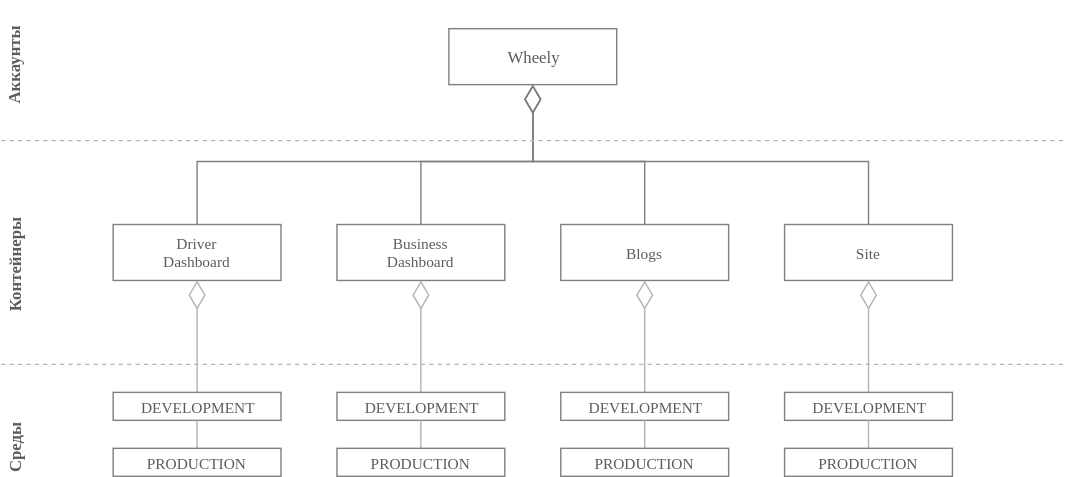
This is GTM.svg from ajile/draw-io, a draw.io export, as it was before one commit. Source tidied: cells renumbered, new cells last; positions are measured from the earlier drawing's top-left corner, leaving out a move shared by most shapes.
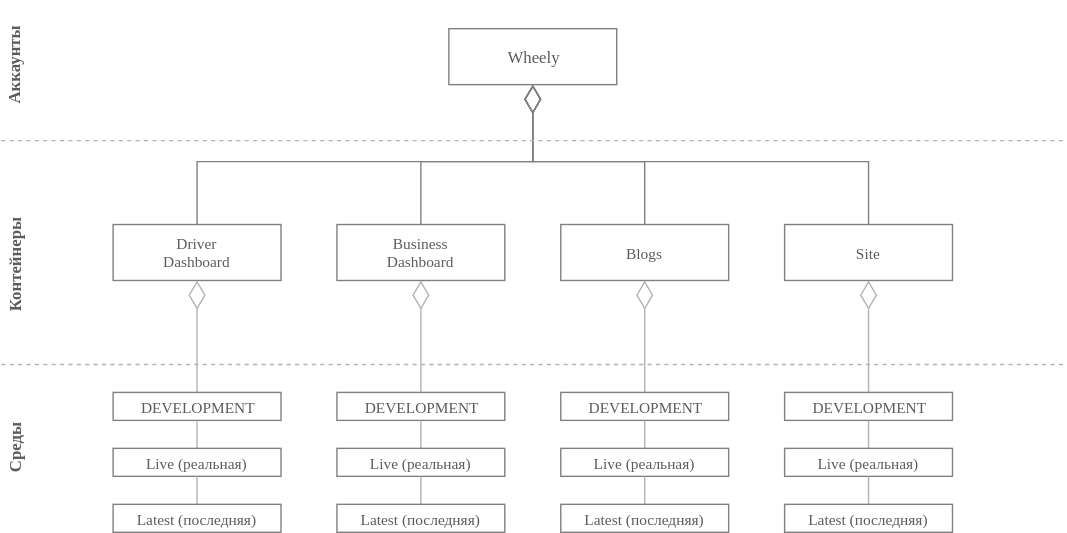
Later version of the same file.

Diff of the diagram source:
```diff
@@ -68,35 +68,59 @@
     <mxCell id="21" style="edgeStyle=orthogonalEdgeStyle;rounded=0;html=1;labelBackgroundColor=none;startArrow=none;startFill=0;startSize=18;endArrow=none;endFill=0;endSize=6;jettySize=auto;strokeColor=#B3B3B3;strokeWidth=1;fontFamily=Verdana;fontSize=11;fontColor=#5C5C5C;" parent="1" edge="1" source="22" target="20">
       <mxGeometry relative="1" as="geometry" />
     </mxCell>
-    <mxCell id="22" value="PRODUCTION&lt;br style=&quot;font-size: 11px&quot;&gt;" style="rounded=0;whiteSpace=wrap;html=1;shadow=0;strokeColor=#808080;strokeWidth=1;fillColor=#ffffff;gradientColor=none;fontFamily=Verdana;fontSize=11;fontColor=#5C5C5C;align=center;" parent="1" vertex="1">
+    <mxCell id="22" value="Live (реальная)&lt;br style=&quot;font-size: 11px&quot;&gt;" style="rounded=0;whiteSpace=wrap;html=1;shadow=0;strokeColor=#808080;strokeWidth=1;fillColor=#ffffff;gradientColor=none;fontFamily=Verdana;fontSize=11;fontColor=#5C5C5C;align=center;" parent="1" vertex="1">
       <mxGeometry x="80" y="320" width="120" height="20" as="geometry" />
     </mxCell>
     <mxCell id="23" value="DEVELOPMENT&lt;br style=&quot;font-size: 11px&quot;&gt;" style="rounded=0;whiteSpace=wrap;html=1;shadow=0;strokeColor=#808080;strokeWidth=1;fillColor=#ffffff;gradientColor=none;fontFamily=Verdana;fontSize=11;fontColor=#5C5C5C;align=center;" parent="1" vertex="1">
       <mxGeometry x="240" y="280" width="120" height="20" as="geometry" />
     </mxCell>
-    <mxCell id="24" style="edgeStyle=orthogonalEdgeStyle;rounded=0;html=1;entryX=0.5;entryY=1;labelBackgroundColor=none;startArrow=none;startFill=0;startSize=18;endArrow=none;endFill=0;endSize=6;jettySize=auto;strokeColor=#B3B3B3;strokeWidth=1;fontFamily=Verdana;fontSize=11;fontColor=#5C5C5C;" parent="1" edge="1" source="25" target="23">
-      <mxGeometry relative="1" as="geometry" />
-    </mxCell>
-    <mxCell id="25" value="PRODUCTION&lt;br style=&quot;font-size: 11px&quot;&gt;" style="rounded=0;whiteSpace=wrap;html=1;shadow=0;strokeColor=#808080;strokeWidth=1;fillColor=#ffffff;gradientColor=none;fontFamily=Verdana;fontSize=11;fontColor=#5C5C5C;align=center;" parent="1" vertex="1">
-      <mxGeometry x="240" y="320" width="120" height="20" as="geometry" />
-    </mxCell>
     <mxCell id="26" value="DEVELOPMENT&lt;br style=&quot;font-size: 11px&quot;&gt;" style="rounded=0;whiteSpace=wrap;html=1;shadow=0;strokeColor=#808080;strokeWidth=1;fillColor=#ffffff;gradientColor=none;fontFamily=Verdana;fontSize=11;fontColor=#5C5C5C;align=center;" parent="1" vertex="1">
       <mxGeometry x="400" y="280" width="120" height="20" as="geometry" />
     </mxCell>
-    <mxCell id="27" style="edgeStyle=orthogonalEdgeStyle;rounded=0;html=1;labelBackgroundColor=none;startArrow=none;startFill=0;startSize=18;endArrow=none;endFill=0;endSize=6;jettySize=auto;strokeColor=#B3B3B3;strokeWidth=1;fontFamily=Verdana;fontSize=11;fontColor=#5C5C5C;" parent="1" edge="1" source="28" target="26">
-      <mxGeometry relative="1" as="geometry" />
-    </mxCell>
-    <mxCell id="28" value="PRODUCTION&lt;br style=&quot;font-size: 11px&quot;&gt;" style="rounded=0;whiteSpace=wrap;html=1;shadow=0;strokeColor=#808080;strokeWidth=1;fillColor=#ffffff;gradientColor=none;fontFamily=Verdana;fontSize=11;fontColor=#5C5C5C;align=center;" parent="1" vertex="1">
-      <mxGeometry x="400" y="320" width="120" height="20" as="geometry" />
-    </mxCell>
     <mxCell id="29" value="DEVELOPMENT&lt;br style=&quot;font-size: 11px&quot;&gt;" style="rounded=0;whiteSpace=wrap;html=1;shadow=0;strokeColor=#808080;strokeWidth=1;fillColor=#ffffff;gradientColor=none;fontFamily=Verdana;fontSize=11;fontColor=#5C5C5C;align=center;" parent="1" vertex="1">
       <mxGeometry x="560" y="280" width="120" height="20" as="geometry" />
     </mxCell>
-    <mxCell id="30" style="edgeStyle=orthogonalEdgeStyle;rounded=0;html=1;entryX=0.5;entryY=1;labelBackgroundColor=none;startArrow=none;startFill=0;startSize=18;endArrow=none;endFill=0;endSize=6;jettySize=auto;strokeColor=#B3B3B3;strokeWidth=1;fontFamily=Verdana;fontSize=11;fontColor=#5C5C5C;" parent="1" edge="1" source="31" target="29">
-      <mxGeometry relative="1" as="geometry" />
-    </mxCell>
-    <mxCell id="31" value="PRODUCTION&lt;br style=&quot;font-size: 11px&quot;&gt;" style="rounded=0;whiteSpace=wrap;html=1;shadow=0;strokeColor=#808080;strokeWidth=1;fillColor=#ffffff;gradientColor=none;fontFamily=Verdana;fontSize=11;fontColor=#5C5C5C;align=center;" parent="1" vertex="1">
-      <mxGeometry x="560" y="320" width="120" height="20" as="geometry" />
-    </mxCell>
+    <mxCell id="32" style="edgeStyle=orthogonalEdgeStyle;rounded=0;html=1;entryX=0.5;entryY=1;labelBackgroundColor=none;startArrow=none;startFill=0;startSize=18;endArrow=none;endFill=0;endSize=6;jettySize=auto;strokeColor=#B3B3B3;strokeWidth=1;fontFamily=Verdana;fontSize=11;fontColor=#5C5C5C;" parent="1" edge="1" source="33" target="22">
+      <mxGeometry relative="1" as="geometry" />
+    </mxCell>
+    <mxCell id="33" value="Latest (последняя)&lt;br style=&quot;font-size: 11px&quot;&gt;" style="rounded=0;whiteSpace=wrap;html=1;shadow=0;strokeColor=#808080;strokeWidth=1;fillColor=#ffffff;gradientColor=none;fontFamily=Verdana;fontSize=11;fontColor=#5C5C5C;align=center;" parent="1" vertex="1">
+      <mxGeometry x="80" y="360" width="120" height="20" as="geometry" />
+    </mxCell>
+    <mxCell id="34" style="edgeStyle=orthogonalEdgeStyle;rounded=0;html=1;entryX=0.5;entryY=1;labelBackgroundColor=none;startArrow=none;startFill=0;startSize=18;endArrow=none;endFill=0;endSize=6;jettySize=auto;strokeColor=#B3B3B3;strokeWidth=1;fontFamily=Verdana;fontSize=11;fontColor=#5C5C5C;" parent="1" edge="1" source="35" target="23">
+      <mxGeometry relative="1" as="geometry" />
+    </mxCell>
+    <mxCell id="35" value="Live (реальная)&lt;br style=&quot;font-size: 11px&quot;&gt;" style="rounded=0;whiteSpace=wrap;html=1;shadow=0;strokeColor=#808080;strokeWidth=1;fillColor=#ffffff;gradientColor=none;fontFamily=Verdana;fontSize=11;fontColor=#5C5C5C;align=center;" parent="1" vertex="1">
+      <mxGeometry x="240" y="320" width="120" height="20" as="geometry" />
+    </mxCell>
+    <mxCell id="36" style="edgeStyle=orthogonalEdgeStyle;rounded=0;html=1;labelBackgroundColor=none;startArrow=none;startFill=0;startSize=18;endArrow=none;endFill=0;endSize=6;jettySize=auto;strokeColor=#B3B3B3;strokeWidth=1;fontFamily=Verdana;fontSize=11;fontColor=#5C5C5C;" parent="1" edge="1" source="37" target="35">
+      <mxGeometry relative="1" as="geometry" />
+    </mxCell>
+    <mxCell id="37" value="Latest (последняя)&lt;br style=&quot;font-size: 11px&quot;&gt;" style="rounded=0;whiteSpace=wrap;html=1;shadow=0;strokeColor=#808080;strokeWidth=1;fillColor=#ffffff;gradientColor=none;fontFamily=Verdana;fontSize=11;fontColor=#5C5C5C;align=center;" parent="1" vertex="1">
+      <mxGeometry x="240" y="360" width="120" height="20" as="geometry" />
+    </mxCell>
+    <mxCell id="38" style="edgeStyle=orthogonalEdgeStyle;rounded=0;html=1;labelBackgroundColor=none;startArrow=none;startFill=0;startSize=18;endArrow=none;endFill=0;endSize=6;jettySize=auto;strokeColor=#B3B3B3;strokeWidth=1;fontFamily=Verdana;fontSize=11;fontColor=#5C5C5C;" parent="1" edge="1" source="39" target="26">
+      <mxGeometry relative="1" as="geometry" />
+    </mxCell>
+    <mxCell id="39" value="Live (реальная)&lt;br style=&quot;font-size: 11px&quot;&gt;" style="rounded=0;whiteSpace=wrap;html=1;shadow=0;strokeColor=#808080;strokeWidth=1;fillColor=#ffffff;gradientColor=none;fontFamily=Verdana;fontSize=11;fontColor=#5C5C5C;align=center;" parent="1" vertex="1">
+      <mxGeometry x="400" y="320" width="120" height="20" as="geometry" />
+    </mxCell>
+    <mxCell id="40" style="edgeStyle=orthogonalEdgeStyle;rounded=0;html=1;labelBackgroundColor=none;startArrow=none;startFill=0;startSize=18;endArrow=none;endFill=0;endSize=6;jettySize=auto;strokeColor=#B3B3B3;strokeWidth=1;fontFamily=Verdana;fontSize=11;fontColor=#5C5C5C;" parent="1" edge="1" source="41" target="39">
+      <mxGeometry relative="1" as="geometry" />
+    </mxCell>
+    <mxCell id="41" value="Latest (последняя)&lt;br style=&quot;font-size: 11px&quot;&gt;" style="rounded=0;whiteSpace=wrap;html=1;shadow=0;strokeColor=#808080;strokeWidth=1;fillColor=#ffffff;gradientColor=none;fontFamily=Verdana;fontSize=11;fontColor=#5C5C5C;align=center;" parent="1" vertex="1">
+      <mxGeometry x="400" y="360" width="120" height="20" as="geometry" />
+    </mxCell>
+    <mxCell id="42" style="edgeStyle=orthogonalEdgeStyle;rounded=0;html=1;labelBackgroundColor=none;startArrow=none;startFill=0;startSize=18;endArrow=none;endFill=0;endSize=6;jettySize=auto;strokeColor=#B3B3B3;strokeWidth=1;fontFamily=Verdana;fontSize=11;fontColor=#5C5C5C;" parent="1" edge="1" source="43" target="29">
+      <mxGeometry relative="1" as="geometry" />
+    </mxCell>
+    <mxCell id="43" value="Live (реальная)&lt;br style=&quot;font-size: 11px&quot;&gt;" style="rounded=0;whiteSpace=wrap;html=1;shadow=0;strokeColor=#808080;strokeWidth=1;fillColor=#ffffff;gradientColor=none;fontFamily=Verdana;fontSize=11;fontColor=#5C5C5C;align=center;" parent="1" vertex="1">
+      <mxGeometry x="560" y="320" width="120" height="20" as="geometry" />
+    </mxCell>
+    <mxCell id="44" style="edgeStyle=orthogonalEdgeStyle;rounded=0;html=1;labelBackgroundColor=none;startArrow=none;startFill=0;startSize=18;endArrow=none;endFill=0;endSize=6;jettySize=auto;strokeColor=#B3B3B3;strokeWidth=1;fontFamily=Verdana;fontSize=11;fontColor=#5C5C5C;" parent="1" edge="1" source="45" target="43">
+      <mxGeometry relative="1" as="geometry" />
+    </mxCell>
+    <mxCell id="45" value="Latest (последняя)&lt;br style=&quot;font-size: 11px&quot;&gt;" style="rounded=0;whiteSpace=wrap;html=1;shadow=0;strokeColor=#808080;strokeWidth=1;fillColor=#ffffff;gradientColor=none;fontFamily=Verdana;fontSize=11;fontColor=#5C5C5C;align=center;" parent="1" vertex="1">
+      <mxGeometry x="560" y="360" width="120" height="20" as="geometry" />
+    </mxCell>
   </root>
 </mxGraphModel>
```
